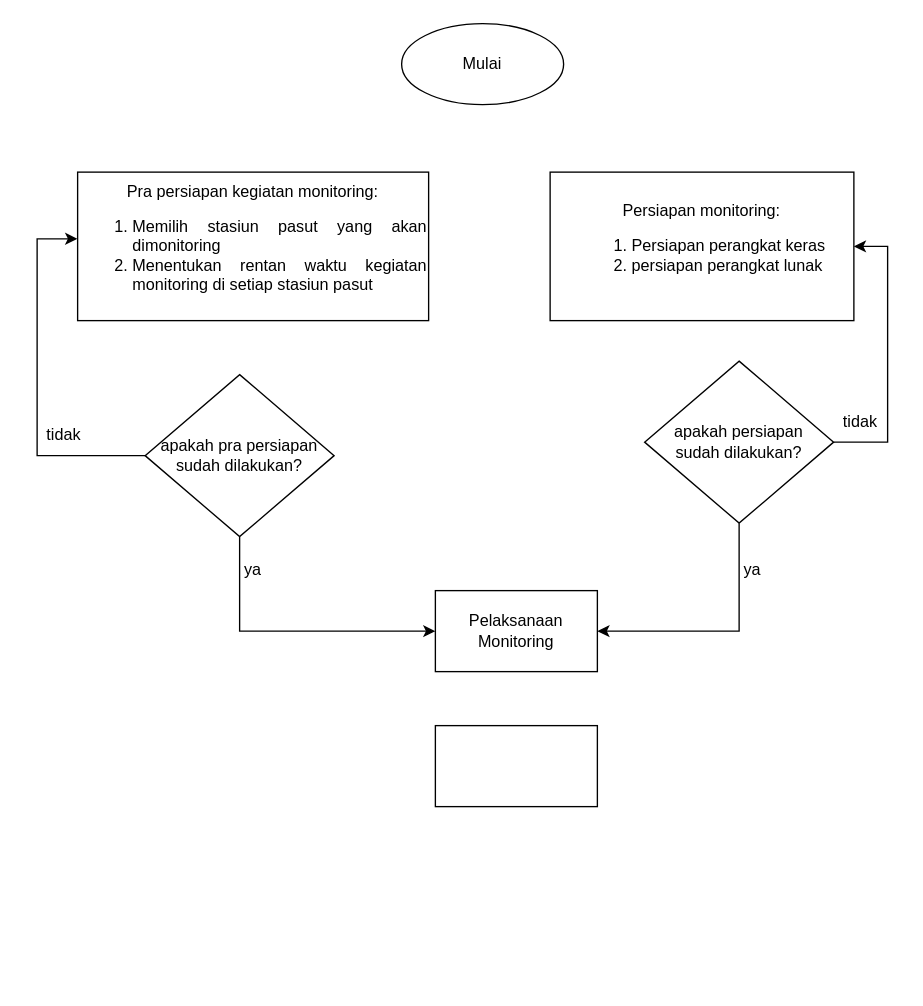
This is Monitoring/Untitled Diagram.drawio from ridhoilahi/diagramalir, a draw.io file, before an edit. Source tidied: cells renumbered, new cells numbered last; positions are measured from the earlier drawing's top-left corner, leaving out a move shared by most shapes. Both pictures are drawn from the tidied source at 135%, with x=0, y=0 at pixel (23, 23).
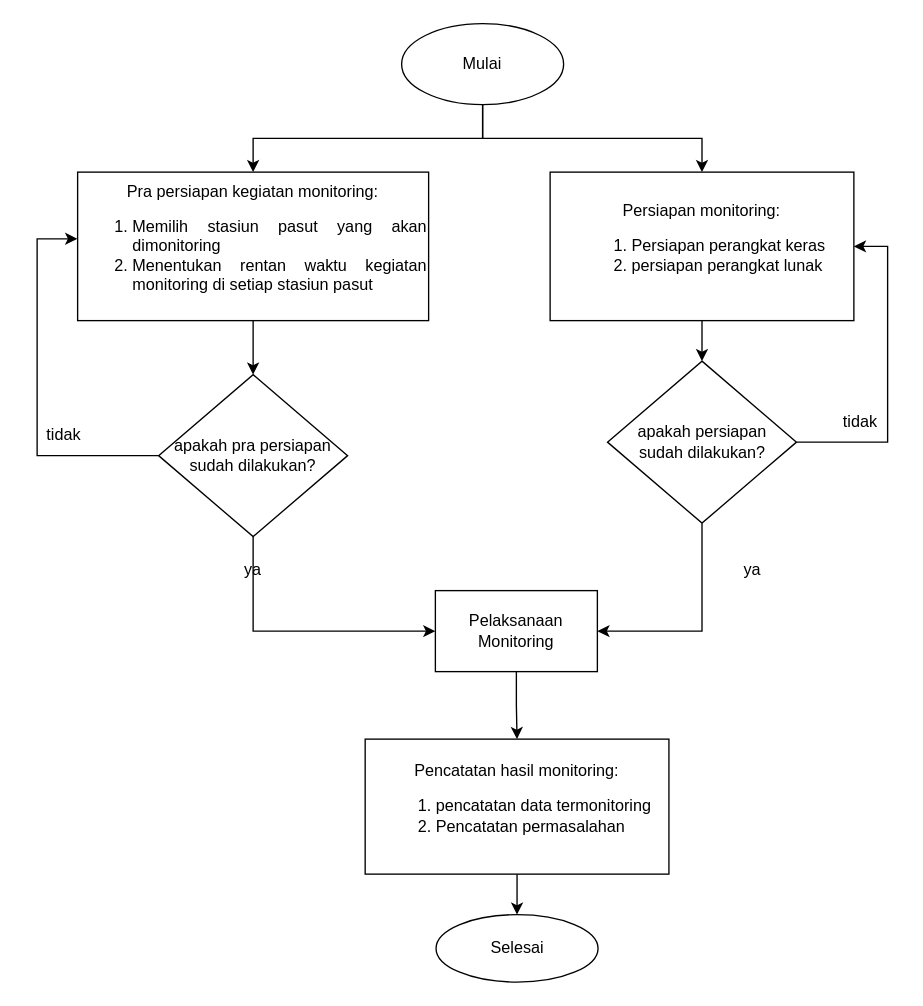
The same diagram, later.

Commit message:
diagram alir fixed.drawio

Unchanged cells that the change refers to:
```xml
<mxCell id="2" value="Mulai" style="ellipse;whiteSpace=wrap;html=1;" parent="1" vertex="1">
  <mxGeometry x="280" width="120" height="60" as="geometry" />
</mxCell>
<mxCell id="3" value="&lt;div&gt;Pra persiapan kegiatan monitoring:&lt;/div&gt;&lt;ol&gt;&lt;li&gt;&lt;div align=&quot;justify&quot;&gt;Memilih stasiun pasut yang akan dimonitoring&lt;/div&gt;&lt;/li&gt;&lt;li&gt;&lt;div align=&quot;justify&quot;&gt;Menentukan rentan waktu kegiatan monitoring di setiap stasiun pasut&lt;/div&gt;&lt;/li&gt;&lt;/ol&gt;" style="rounded=0;whiteSpace=wrap;html=1;" parent="1" vertex="1">
  <mxGeometry x="40" y="110" width="260" height="110" as="geometry" />
</mxCell>
<mxCell id="4" value="&lt;div&gt;Persiapan monitoring: &lt;br&gt;&lt;/div&gt;&lt;div align=&quot;justify&quot;&gt;&lt;ol&gt;&lt;li&gt;Persiapan perangkat keras&lt;/li&gt;&lt;li&gt;persiapan perangkat lunak&lt;br&gt;&lt;/li&gt;&lt;/ol&gt;&lt;/div&gt;" style="rounded=0;whiteSpace=wrap;html=1;" parent="1" vertex="1">
  <mxGeometry x="390" y="110" width="225" height="110" as="geometry" />
</mxCell>
<mxCell id="11" value="Pelaksanaan Monitoring" style="rounded=0;whiteSpace=wrap;html=1;" parent="1" vertex="1">
  <mxGeometry x="305" y="420" width="120" height="60" as="geometry" />
</mxCell>
```

Diff of the diagram source:
```diff
@@
+    <mxCell id="17" style="edgeStyle=orthogonalEdgeStyle;rounded=0;jettySize=auto;html=1;" parent="1" edge="1" source="2" target="3">
+      <mxGeometry relative="1" as="geometry" />
+    </mxCell>
+    <mxCell id="18" style="edgeStyle=orthogonalEdgeStyle;rounded=0;jettySize=auto;html=1;" parent="1" edge="1" source="2" target="4">
+      <mxGeometry relative="1" as="geometry" />
+    </mxCell>
@@
+    <mxCell id="19" style="edgeStyle=orthogonalEdgeStyle;rounded=0;jettySize=auto;html=1;entryX=0.5;entryY=0;entryDx=0;entryDy=0;" parent="1" edge="1" source="3" target="7">
+      <mxGeometry relative="1" as="geometry" />
+    </mxCell>
@@
+    <mxCell id="20" style="edgeStyle=orthogonalEdgeStyle;rounded=0;jettySize=auto;html=1;" parent="1" edge="1" source="4" target="10">
+      <mxGeometry relative="1" as="geometry" />
+    </mxCell>
@@
     <mxCell id="7" value="&lt;div&gt;apakah pra persiapan &lt;br&gt;&lt;/div&gt;&lt;div&gt;sudah dilakukan?&lt;/div&gt;" style="rhombus;whiteSpace=wrap;html=1;" parent="1" vertex="1">
-      <mxGeometry x="90" y="260" width="140" height="120" as="geometry" />
+      <mxGeometry x="100" y="260" width="140" height="120" as="geometry" />
     </mxCell>
@@
     <mxCell id="10" value="&lt;div&gt;apakah persiapan &lt;br&gt;&lt;/div&gt;&lt;div&gt;sudah dilakukan?&lt;/div&gt;" style="rhombus;whiteSpace=wrap;html=1;" parent="1" vertex="1">
-      <mxGeometry x="460" y="250" width="140" height="120" as="geometry" />
+      <mxGeometry x="432.5" y="250" width="140" height="120" as="geometry" />
     </mxCell>
+    <mxCell id="21" style="edgeStyle=orthogonalEdgeStyle;rounded=0;jettySize=auto;html=1;entryX=0.5;entryY=0;entryDx=0;entryDy=0;" parent="1" edge="1" source="11" target="16">
+      <mxGeometry relative="1" as="geometry" />
+    </mxCell>
@@
+    <mxCell id="22" style="edgeStyle=orthogonalEdgeStyle;rounded=0;jettySize=auto;html=1;" parent="1" edge="1" source="16" target="23">
+      <mxGeometry relative="1" as="geometry" />
+    </mxCell>
-    <mxCell id="16" style="rounded=0;whiteSpace=wrap;html=1;" parent="1" vertex="1">
-      <mxGeometry x="305" y="520" width="120" height="60" as="geometry" />
+    <mxCell id="16" value="&lt;div&gt;Pencatatan hasil monitoring: &lt;br&gt;&lt;/div&gt;&lt;div align=&quot;justify&quot;&gt;&lt;ol&gt;&lt;li&gt;pencatatan data termonitoring&lt;br&gt;&lt;/li&gt;&lt;li&gt;Pencatatan permasalahan&lt;br&gt;&lt;/li&gt;&lt;/ol&gt;&lt;/div&gt;" style="rounded=0;whiteSpace=wrap;html=1;" parent="1" vertex="1">
+      <mxGeometry x="253" y="530" width="225" height="100" as="geometry" />
     </mxCell>
+    <mxCell id="23" value="Selesai" style="ellipse;whiteSpace=wrap;html=1;" parent="1" vertex="1">
+      <mxGeometry x="305.5" y="660" width="120" height="50" as="geometry" />
+    </mxCell>
```
